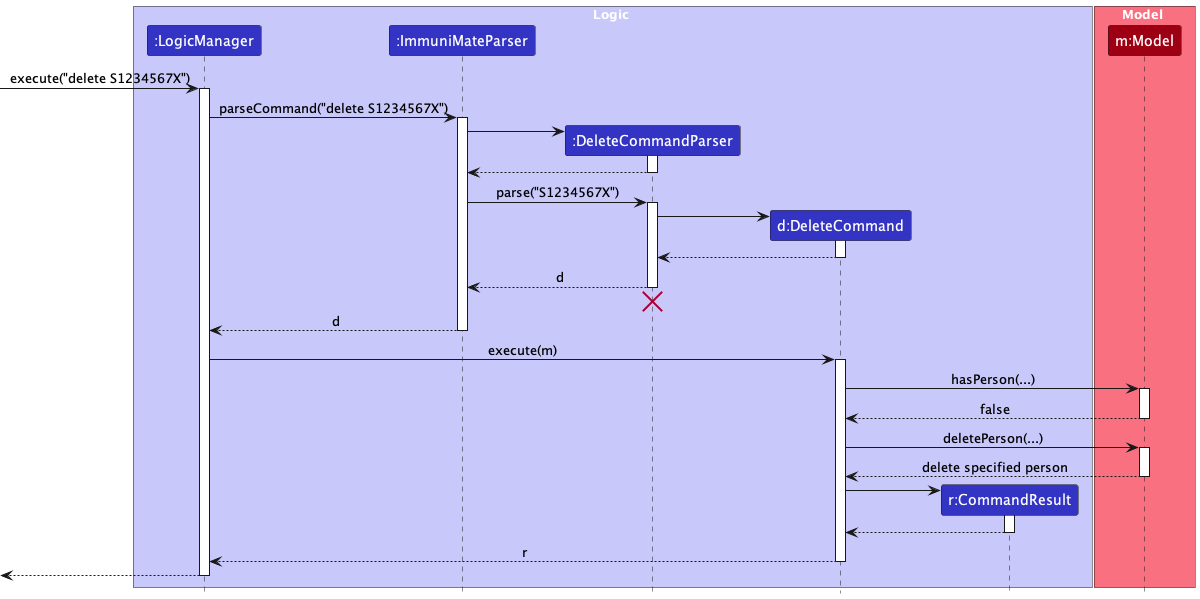
Before: docs/images/DeleteSequenceDiagram.png, a diagram exported from PlantUML (AY2324S2-CS2103T-T08-1/tp). The source it was exported from:
```plantuml
@startuml
!include style.puml
skinparam ArrowFontStyle plain

box Logic LOGIC_COLOR_T1
participant ":LogicManager" as LogicManager LOGIC_COLOR
participant ":ImmuniMateParser" as ImmuniMateParser LOGIC_COLOR
participant ":DeleteCommandParser" as DeleteCommandParser LOGIC_COLOR
participant "d:DeleteCommand" as DeleteCommand LOGIC_COLOR
participant "r:CommandResult" as CommandResult LOGIC_COLOR
end box

box Model MODEL_COLOR_T1
participant "m:Model" as Model MODEL_COLOR
end box

[-> LogicManager : execute("delete S1234567X")
activate LogicManager

LogicManager -> ImmuniMateParser : parseCommand("delete S1234567X")
activate ImmuniMateParser

create DeleteCommandParser
ImmuniMateParser -> DeleteCommandParser
activate DeleteCommandParser

DeleteCommandParser --> ImmuniMateParser
deactivate DeleteCommandParser

ImmuniMateParser -> DeleteCommandParser : parse("S1234567X")
activate DeleteCommandParser

create DeleteCommand
DeleteCommandParser -> DeleteCommand
activate DeleteCommand

DeleteCommand --> DeleteCommandParser :
deactivate DeleteCommand

DeleteCommandParser --> ImmuniMateParser : d
deactivate DeleteCommandParser
DeleteCommandParser -[hidden]-> ImmuniMateParser
destroy DeleteCommandParser

ImmuniMateParser --> LogicManager : d
deactivate ImmuniMateParser

LogicManager -> DeleteCommand : execute(m)
activate DeleteCommand

DeleteCommand -> Model : hasPerson(...)
activate Model
Model --> DeleteCommand : false
deactivate Model
DeleteCommand -> Model : deletePerson(...)
activate Model
Model --> DeleteCommand : delete specified person
deactivate Model

create CommandResult
DeleteCommand -> CommandResult
activate CommandResult

CommandResult --> DeleteCommand
deactivate CommandResult

DeleteCommand --> LogicManager : r
deactivate DeleteCommand

[<--LogicManager
deactivate LogicManager
@enduml
```
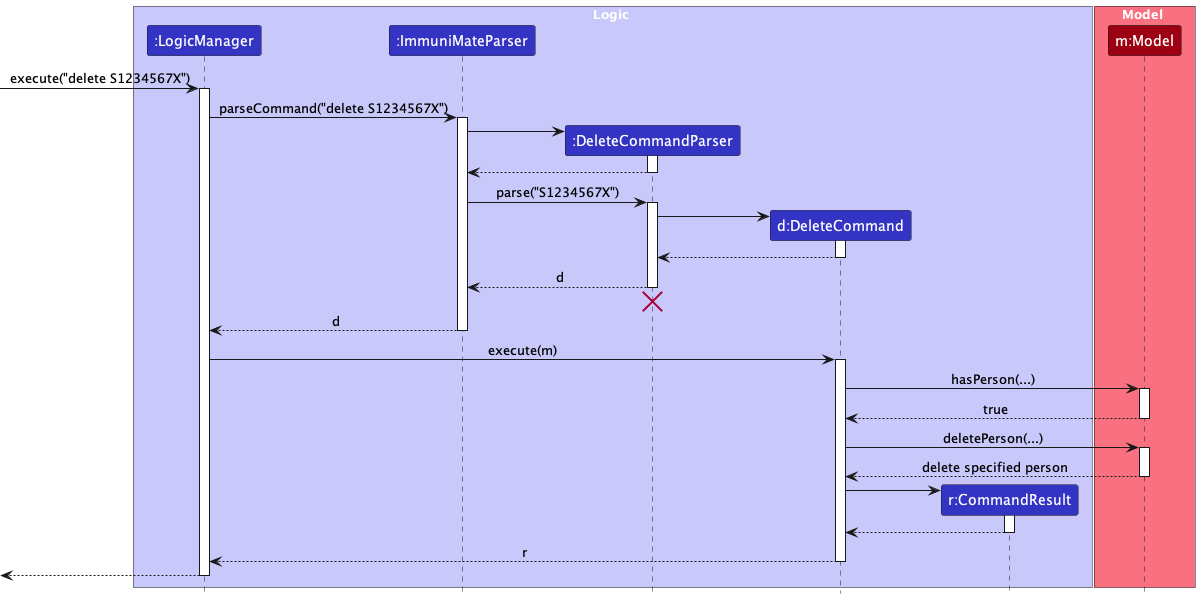
After the change.

Commit message:
Change return value to true for hasPerson().

What changed in the source:
```diff
@@ -50,7 +50,7 @@
 
 DeleteCommand -> Model : hasPerson(...)
 activate Model
-Model --> DeleteCommand : false
+Model --> DeleteCommand : true
 deactivate Model
 DeleteCommand -> Model : deletePerson(...)
 activate Model
```
